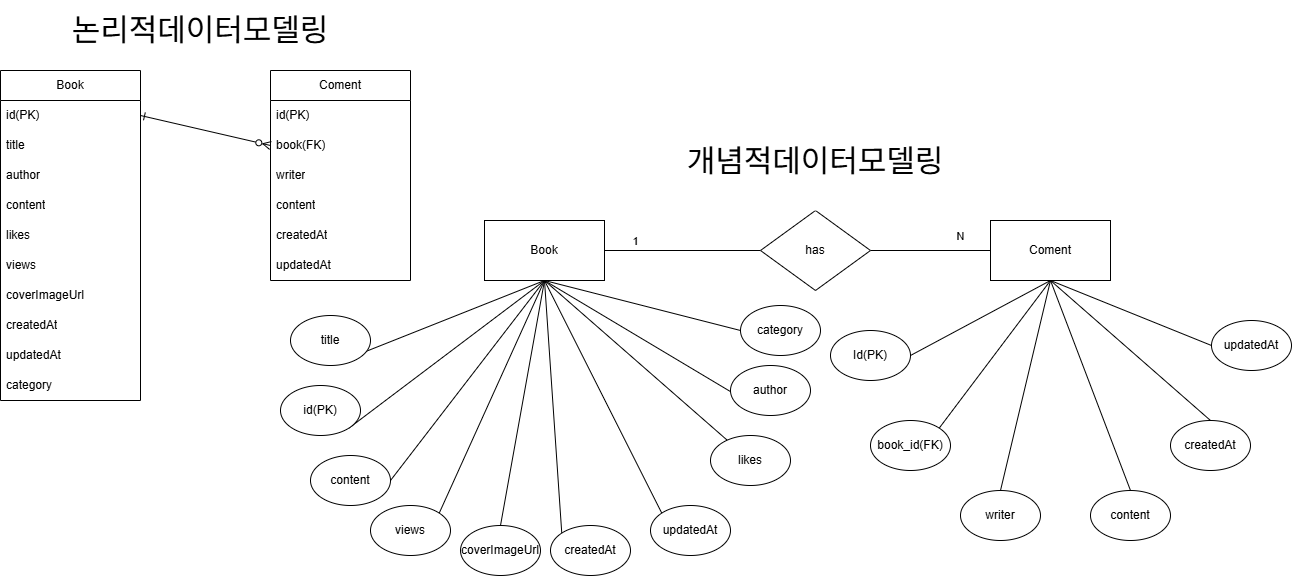
minicastle11/project5-main keeps this draw.io diagram as ReadMEIMG/ERD설계2.png. Above is the earlier version. Source tidied: cells renumbered, new cells last; positions are measured from the earlier drawing's top-left corner, leaving out a move shared by most shapes.
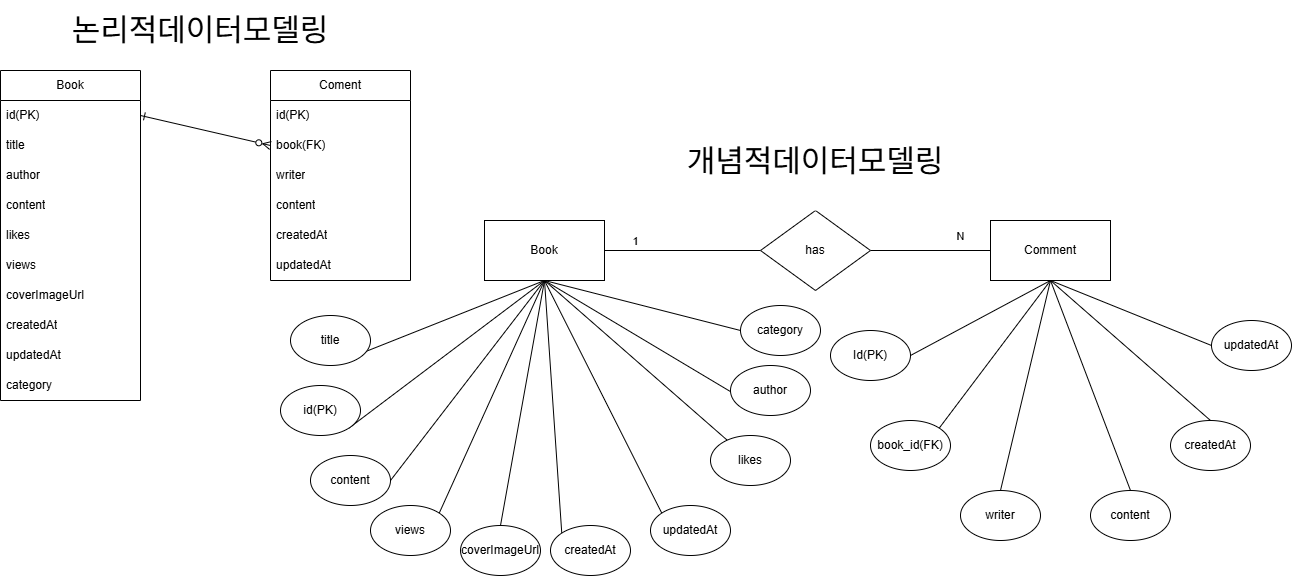
Later version of the same file.

Commit message:
리드미 오타수정

What changed in the source:
```diff
@@ -138,7 +138,7 @@
         <mxPoint x="39" y="-18" as="offset" />
       </mxGeometry>
     </mxCell>
-    <mxCell id="46" value="Coment" style="rounded=0;whiteSpace=wrap;html=1;" parent="1" vertex="1">
+    <mxCell id="46" value="Comment" style="rounded=0;whiteSpace=wrap;html=1;" parent="1" vertex="1">
       <mxGeometry x="990" y="220" width="120" height="60" as="geometry" />
     </mxCell>
     <mxCell id="47" style="rounded=0;jettySize=auto;html=1;exitX=1;exitY=0;exitDx=0;exitDy=0;entryX=0.5;entryY=1;entryDx=0;entryDy=0;endArrow=none;endFill=0;" parent="1" edge="1" source="48" target="46">
```
